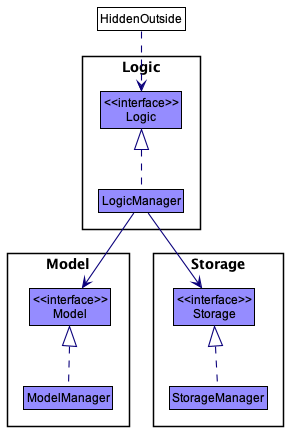
Earlier version of the PlantUML export docs/images/ComponentManagers.png (zhongfu/tp).
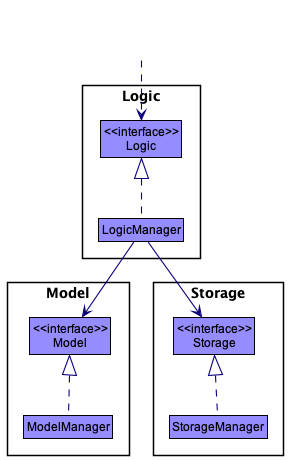
Later version of the same file.

Diff of the diagram source:
```diff
@@ -3,6 +3,14 @@
 skinparam arrowThickness 1.1
 skinparam arrowColor LOGIC_COLOR_T4
 skinparam classBackgroundColor LOGIC_COLOR
+skinparam rectangle {
+    BorderColor<<i>> transparent
+    FontColor<<i>> transparent
+    StereotypeFontColor<<i>> transparent
+}
+
+rectangle invis <<i>> {
+}
 
 package Logic {
 Class "<<interface>>\nLogic" as Logic
@@ -19,8 +27,7 @@
 Class StorageManager
 }
 
-Class HiddenOutside #FFFFFF
-HiddenOutside ..> Logic
+invis ..> Logic
 
 LogicManager .up.|> Logic
 ModelManager .up.|> Model
```
